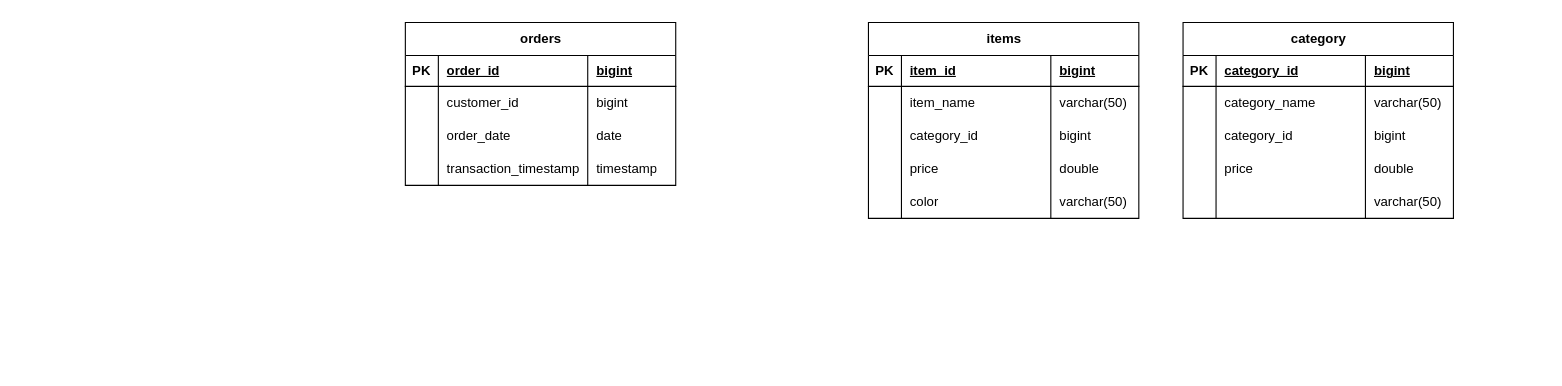
HariHaraChandar0715/gizmobox_sales_project_de keeps this draw.io diagram as gizmobox_sls.drawio. Above is the earlier version. Source tidied: cells renumbered, new cells numbered last; positions are measured from the earlier drawing's top-left corner, leaving out a move shared by most shapes. Both pictures are drawn from the tidied source at 110%, with x=0, y=0 at pixel (405, 22).
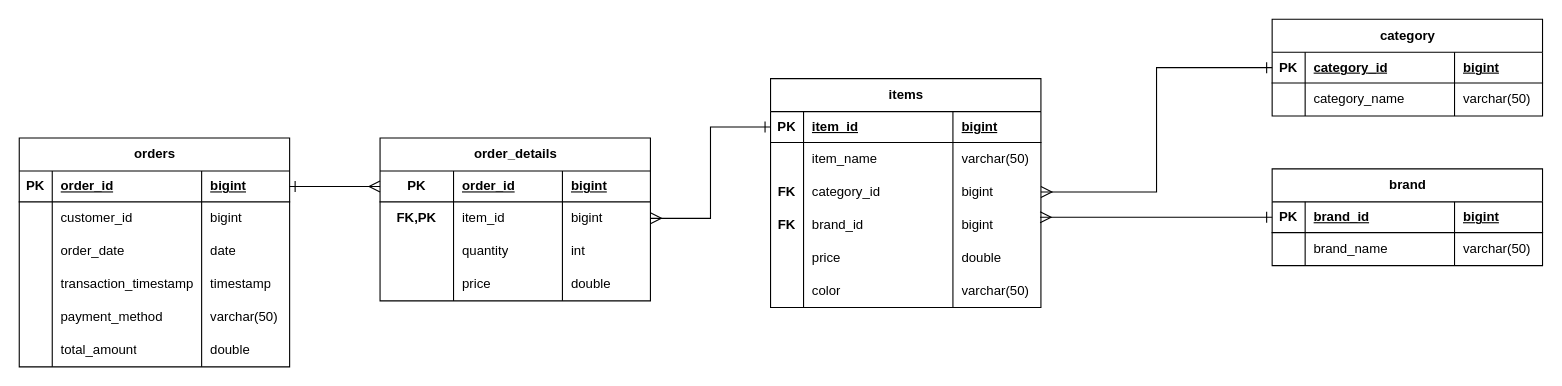
The same page after the edit.

The change refers to these unchanged cells:
```xml
<mxCell id="3" style="shape=tableRow;horizontal=0;startSize=0;swimlaneHead=0;swimlaneBody=0;fillColor=none;points=[[0,0.5],[1,0.5]];portConstraint=eastwest;top=0;left=0;right=0;bottom=1;" parent="2" vertex="1">
  <mxGeometry y="30" width="245.8" height="28" as="geometry" />
</mxCell>
<mxCell id="20" style="shape=tableRow;horizontal=0;startSize=0;swimlaneHead=0;swimlaneBody=0;fillColor=none;points=[[0,0.5],[1,0.5]];portConstraint=eastwest;top=0;left=0;right=0;bottom=1;" parent="19" vertex="1">
  <mxGeometry y="30" width="245.8" height="28" as="geometry" />
</mxCell>
<mxCell id="28" style="shape=tableRow;horizontal=0;startSize=0;swimlaneHead=0;swimlaneBody=0;fillColor=none;points=[[0,0.5],[1,0.5]];portConstraint=eastwest;top=0;left=0;right=0;bottom=0;" parent="19" vertex="1">
  <mxGeometry y="88" width="245.8" height="30" as="geometry" />
</mxCell>
<mxCell id="32" style="shape=tableRow;horizontal=0;startSize=0;swimlaneHead=0;swimlaneBody=0;fillColor=none;points=[[0,0.5],[1,0.5]];portConstraint=eastwest;top=0;left=0;right=0;bottom=0;" parent="19" vertex="1">
  <mxGeometry y="118" width="245.8" height="30" as="geometry" />
</mxCell>
<mxCell id="36" style="shape=tableRow;horizontal=0;startSize=0;swimlaneHead=0;swimlaneBody=0;fillColor=none;top=0;left=0;right=0;bottom=0;" parent="19" vertex="1">
  <mxGeometry y="148" width="245.8" height="30" as="geometry" />
</mxCell>
<mxCell id="41" style="shape=tableRow;horizontal=0;startSize=0;swimlaneHead=0;swimlaneBody=0;fillColor=none;points=[[0,0.5],[1,0.5]];portConstraint=eastwest;top=0;left=0;right=0;bottom=1;" parent="40" vertex="1">
  <mxGeometry y="30" width="245.8" height="28" as="geometry" />
</mxCell>
```

Change to the diagram source:
```diff
@@
     <mxCell id="2" value="orders" style="shape=table;startSize=30;childLayout=tableLayout;rowLines=0;fontStyle=1;align=center;html=1;" parent="1" vertex="1">
-      <mxGeometry width="245.8" height="148" as="geometry" />
+      <mxGeometry x="-351" y="105" width="245.8" height="208" as="geometry" />
     </mxCell>
@@
+    <mxCell id="57" style="shape=tableRow;horizontal=0;startSize=0;swimlaneHead=0;swimlaneBody=0;fillColor=none;top=0;left=0;right=0;bottom=0;" parent="2" vertex="1">
+      <mxGeometry y="148" width="245.8" height="30" as="geometry" />
+    </mxCell>
+    <mxCell id="61" style="shape=partialRectangle;fillColor=none;top=0;left=0;bottom=0;right=0;overflow=hidden;whiteSpace=wrap;html=1;" parent="57" vertex="1">
+      <mxGeometry width="30" height="30" as="geometry" />
+    </mxCell>
+    <mxCell id="62" value="payment_method" style="shape=partialRectangle;fillColor=none;top=0;left=0;bottom=0;right=0;align=left;spacingLeft=6;overflow=hidden;whiteSpace=wrap;html=1;" parent="57" vertex="1">
+      <mxGeometry x="30" width="135.8" height="30" as="geometry" />
+    </mxCell>
+    <mxCell id="63" value="varchar(50)" style="shape=partialRectangle;fillColor=none;top=0;left=0;bottom=0;right=0;align=left;spacingLeft=6;overflow=hidden;whiteSpace=wrap;html=1;" parent="57" vertex="1">
+      <mxGeometry x="165.8" width="80" height="30" as="geometry" />
+    </mxCell>
+    <mxCell id="64" style="shape=tableRow;horizontal=0;startSize=0;swimlaneHead=0;swimlaneBody=0;fillColor=none;top=0;left=0;right=0;bottom=0;" parent="2" vertex="1">
+      <mxGeometry y="178" width="245.8" height="30" as="geometry" />
+    </mxCell>
+    <mxCell id="65" style="shape=partialRectangle;fillColor=none;top=0;left=0;bottom=0;right=0;overflow=hidden;whiteSpace=wrap;html=1;" parent="64" vertex="1">
+      <mxGeometry width="30" height="30" as="geometry" />
+    </mxCell>
+    <mxCell id="66" value="total_amount" style="shape=partialRectangle;fillColor=none;top=0;left=0;bottom=0;right=0;align=left;spacingLeft=6;overflow=hidden;whiteSpace=wrap;html=1;" parent="64" vertex="1">
+      <mxGeometry x="30" width="135.8" height="30" as="geometry" />
+    </mxCell>
+    <mxCell id="67" value="double" style="shape=partialRectangle;fillColor=none;top=0;left=0;bottom=0;right=0;align=left;spacingLeft=6;overflow=hidden;whiteSpace=wrap;html=1;" parent="64" vertex="1">
+      <mxGeometry x="165.8" width="80" height="30" as="geometry" />
+    </mxCell>
     <mxCell id="19" value="items" style="shape=table;startSize=30;childLayout=tableLayout;rowLines=0;fontStyle=1;align=center;html=1;" parent="1" vertex="1">
-      <mxGeometry x="421" width="245.8" height="178" as="geometry" />
+      <mxGeometry x="332" y="51" width="245.8" height="208" as="geometry" />
     </mxCell>
@@
-    <mxCell id="29" style="shape=partialRectangle;fillColor=none;top=0;left=0;bottom=0;right=0;overflow=hidden;whiteSpace=wrap;html=1;" parent="28" vertex="1">
+    <mxCell id="29" value="&lt;b&gt;FK&lt;/b&gt;" style="shape=partialRectangle;fillColor=none;top=0;left=0;bottom=0;right=0;overflow=hidden;whiteSpace=wrap;html=1;" parent="28" vertex="1">
       <mxGeometry width="30" height="30" as="geometry" />
     </mxCell>
@@
-    <mxCell id="33" style="shape=partialRectangle;fillColor=none;top=0;left=0;bottom=0;right=0;overflow=hidden;whiteSpace=wrap;html=1;" parent="32" vertex="1">
+    <mxCell id="33" value="&lt;b&gt;FK&lt;/b&gt;" style="shape=partialRectangle;fillColor=none;top=0;left=0;bottom=0;right=0;overflow=hidden;whiteSpace=wrap;html=1;" parent="32" vertex="1">
       <mxGeometry width="30" height="30" as="geometry" />
     </mxCell>
-    <mxCell id="34" value="price" style="shape=partialRectangle;fillColor=none;top=0;left=0;bottom=0;right=0;align=left;spacingLeft=6;overflow=hidden;whiteSpace=wrap;html=1;" parent="32" vertex="1">
+    <mxCell id="34" value="brand_id" style="shape=partialRectangle;fillColor=none;top=0;left=0;bottom=0;right=0;align=left;spacingLeft=6;overflow=hidden;whiteSpace=wrap;html=1;" parent="32" vertex="1">
       <mxGeometry x="30" width="135.8" height="30" as="geometry" />
     </mxCell>
-    <mxCell id="35" value="double" style="shape=partialRectangle;fillColor=none;top=0;left=0;bottom=0;right=0;align=left;spacingLeft=6;overflow=hidden;whiteSpace=wrap;html=1;" parent="32" vertex="1">
+    <mxCell id="35" value="bigint" style="shape=partialRectangle;fillColor=none;top=0;left=0;bottom=0;right=0;align=left;spacingLeft=6;overflow=hidden;whiteSpace=wrap;html=1;" parent="32" vertex="1">
       <mxGeometry x="165.8" width="80" height="30" as="geometry" />
     </mxCell>
@@
-    <mxCell id="38" value="color" style="shape=partialRectangle;fillColor=none;top=0;left=0;bottom=0;right=0;align=left;spacingLeft=6;overflow=hidden;whiteSpace=wrap;html=1;" parent="36" vertex="1">
+    <mxCell id="38" value="price" style="shape=partialRectangle;fillColor=none;top=0;left=0;bottom=0;right=0;align=left;spacingLeft=6;overflow=hidden;whiteSpace=wrap;html=1;" parent="36" vertex="1">
       <mxGeometry x="30" width="135.8" height="30" as="geometry" />
     </mxCell>
-    <mxCell id="39" value="varchar(50)" style="shape=partialRectangle;fillColor=none;top=0;left=0;bottom=0;right=0;align=left;spacingLeft=6;overflow=hidden;whiteSpace=wrap;html=1;" parent="36" vertex="1">
+    <mxCell id="39" value="double" style="shape=partialRectangle;fillColor=none;top=0;left=0;bottom=0;right=0;align=left;spacingLeft=6;overflow=hidden;whiteSpace=wrap;html=1;" parent="36" vertex="1">
       <mxGeometry x="165.8" width="80" height="30" as="geometry" />
     </mxCell>
+    <mxCell id="68" style="shape=tableRow;horizontal=0;startSize=0;swimlaneHead=0;swimlaneBody=0;fillColor=none;top=0;left=0;right=0;bottom=0;" parent="19" vertex="1">
+      <mxGeometry y="178" width="245.8" height="30" as="geometry" />
+    </mxCell>
+    <mxCell id="69" style="shape=partialRectangle;fillColor=none;top=0;left=0;bottom=0;right=0;overflow=hidden;whiteSpace=wrap;html=1;" parent="68" vertex="1">
+      <mxGeometry width="30" height="30" as="geometry" />
+    </mxCell>
+    <mxCell id="70" value="color" style="shape=partialRectangle;fillColor=none;top=0;left=0;bottom=0;right=0;align=left;spacingLeft=6;overflow=hidden;whiteSpace=wrap;html=1;" parent="68" vertex="1">
+      <mxGeometry x="30" width="135.8" height="30" as="geometry" />
+    </mxCell>
+    <mxCell id="71" value="varchar(50)" style="shape=partialRectangle;fillColor=none;top=0;left=0;bottom=0;right=0;align=left;spacingLeft=6;overflow=hidden;whiteSpace=wrap;html=1;" parent="68" vertex="1">
+      <mxGeometry x="165.8" width="80" height="30" as="geometry" />
+    </mxCell>
     <mxCell id="40" value="category" style="shape=table;startSize=30;childLayout=tableLayout;rowLines=0;fontStyle=1;align=center;html=1;" parent="1" vertex="1">
-      <mxGeometry x="707" width="245.8" height="178" as="geometry" />
+      <mxGeometry x="788" y="-3" width="245.8" height="88" as="geometry" />
     </mxCell>
@@
+    <mxCell id="72" value="brand" style="shape=table;startSize=30;childLayout=tableLayout;rowLines=0;fontStyle=1;align=center;html=1;" parent="1" vertex="1">
+      <mxGeometry x="788" y="133" width="245.8" height="88" as="geometry" />
+    </mxCell>
+    <mxCell id="73" style="shape=tableRow;horizontal=0;startSize=0;swimlaneHead=0;swimlaneBody=0;fillColor=none;points=[[0,0.5],[1,0.5]];portConstraint=eastwest;top=0;left=0;right=0;bottom=1;" parent="72" vertex="1">
+      <mxGeometry y="30" width="245.8" height="28" as="geometry" />
+    </mxCell>
+    <mxCell id="74" value="PK" style="shape=partialRectangle;fillColor=none;top=0;left=0;bottom=0;right=0;fontStyle=1;overflow=hidden;whiteSpace=wrap;html=1;" parent="73" vertex="1">
+      <mxGeometry width="30" height="28" as="geometry" />
+    </mxCell>
+    <mxCell id="75" value="brand_id" style="shape=partialRectangle;fillColor=none;top=0;left=0;bottom=0;right=0;align=left;spacingLeft=6;fontStyle=5;overflow=hidden;whiteSpace=wrap;html=1;" parent="73" vertex="1">
+      <mxGeometry x="30" width="135.8" height="28" as="geometry" />
+    </mxCell>
+    <mxCell id="76" value="bigint" style="shape=partialRectangle;fillColor=none;top=0;left=0;bottom=0;right=0;align=left;spacingLeft=6;fontStyle=5;overflow=hidden;whiteSpace=wrap;html=1;" parent="73" vertex="1">
+      <mxGeometry x="165.8" width="80" height="28" as="geometry" />
+    </mxCell>
+    <mxCell id="77" style="shape=tableRow;horizontal=0;startSize=0;swimlaneHead=0;swimlaneBody=0;fillColor=none;top=0;left=0;right=0;bottom=0;" parent="72" vertex="1">
+      <mxGeometry y="58" width="245.8" height="30" as="geometry" />
+    </mxCell>
+    <mxCell id="78" style="shape=partialRectangle;fillColor=none;top=0;left=0;bottom=0;right=0;overflow=hidden;whiteSpace=wrap;html=1;" parent="77" vertex="1">
+      <mxGeometry width="30" height="30" as="geometry" />
+    </mxCell>
+    <mxCell id="79" value="brand_name" style="shape=partialRectangle;fillColor=none;top=0;left=0;bottom=0;right=0;align=left;spacingLeft=6;overflow=hidden;whiteSpace=wrap;html=1;" parent="77" vertex="1">
+      <mxGeometry x="30" width="135.8" height="30" as="geometry" />
+    </mxCell>
+    <mxCell id="80" value="varchar(50)" style="shape=partialRectangle;fillColor=none;top=0;left=0;bottom=0;right=0;align=left;spacingLeft=6;overflow=hidden;whiteSpace=wrap;html=1;" parent="77" vertex="1">
+      <mxGeometry x="165.8" width="80" height="30" as="geometry" />
+    </mxCell>
+    <mxCell id="81" style="edgeStyle=orthogonalEdgeStyle;fontSize=12;html=1;endArrow=ERone;startArrow=ERmany;rounded=0;startSize=8;endSize=8;entryX=0;entryY=0.5;entryDx=0;entryDy=0;exitX=1;exitY=0.5;exitDx=0;exitDy=0;endFill=0;startFill=0;" parent="1" edge="1" source="28" target="41">
+      <mxGeometry relative="1" as="geometry" />
+    </mxCell>
+    <mxCell id="82" style="edgeStyle=orthogonalEdgeStyle;rounded=0;jettySize=auto;html=1;exitX=0;exitY=0.5;exitDx=0;exitDy=0;entryX=0.997;entryY=0.267;entryDx=0;entryDy=0;entryPerimeter=0;fontSize=12;startSize=8;endSize=8;startArrow=ERone;startFill=0;endArrow=ERmany;endFill=0;" parent="1" edge="1" source="73" target="32">
+      <mxGeometry relative="1" as="geometry" />
+    </mxCell>
+    <mxCell id="83" value="order_details" style="shape=table;startSize=30;childLayout=tableLayout;rowLines=0;fontStyle=1;align=center;html=1;" parent="1" vertex="1">
+      <mxGeometry x="-23" y="105" width="245.8" height="148" as="geometry" />
+    </mxCell>
+    <mxCell id="84" style="shape=tableRow;horizontal=0;startSize=0;swimlaneHead=0;swimlaneBody=0;fillColor=none;points=[[0,0.5],[1,0.5]];portConstraint=eastwest;top=0;left=0;right=0;bottom=1;" parent="83" vertex="1">
+      <mxGeometry y="30" width="245.8" height="28" as="geometry" />
+    </mxCell>
+    <mxCell id="85" value="PK" style="shape=partialRectangle;fillColor=none;top=0;left=0;bottom=0;right=0;fontStyle=1;overflow=hidden;whiteSpace=wrap;html=1;" parent="84" vertex="1">
+      <mxGeometry width="66.8" height="28" as="geometry" />
+    </mxCell>
+    <mxCell id="86" value="order_id" style="shape=partialRectangle;fillColor=none;top=0;left=0;bottom=0;right=0;align=left;spacingLeft=6;fontStyle=5;overflow=hidden;whiteSpace=wrap;html=1;" parent="84" vertex="1">
+      <mxGeometry x="66.8" width="99" height="28" as="geometry" />
+    </mxCell>
+    <mxCell id="87" value="bigint" style="shape=partialRectangle;fillColor=none;top=0;left=0;bottom=0;right=0;align=left;spacingLeft=6;fontStyle=5;overflow=hidden;whiteSpace=wrap;html=1;" parent="84" vertex="1">
+      <mxGeometry x="165.8" width="80" height="28" as="geometry" />
+    </mxCell>
+    <mxCell id="88" style="shape=tableRow;horizontal=0;startSize=0;swimlaneHead=0;swimlaneBody=0;fillColor=none;points=[[0,0.5],[1,0.5]];portConstraint=eastwest;top=0;left=0;right=0;bottom=0;" parent="83" vertex="1">
+      <mxGeometry y="58" width="245.8" height="30" as="geometry" />
+    </mxCell>
+    <mxCell id="89" value="&lt;b&gt;FK,PK&lt;/b&gt;" style="shape=partialRectangle;fillColor=none;top=0;left=0;bottom=0;right=0;overflow=hidden;whiteSpace=wrap;html=1;" parent="88" vertex="1">
+      <mxGeometry width="66.8" height="30" as="geometry" />
+    </mxCell>
+    <mxCell id="90" value="item_id" style="shape=partialRectangle;fillColor=none;top=0;left=0;bottom=0;right=0;align=left;spacingLeft=6;overflow=hidden;whiteSpace=wrap;html=1;" parent="88" vertex="1">
+      <mxGeometry x="66.8" width="99" height="30" as="geometry" />
+    </mxCell>
+    <mxCell id="52" value="bigint" style="shape=partialRectangle;fillColor=none;top=0;left=0;bottom=0;right=0;align=left;spacingLeft=6;overflow=hidden;whiteSpace=wrap;html=1;" parent="88" vertex="1">
+      <mxGeometry x="165.8" width="80" height="30" as="geometry" />
+    </mxCell>
-    <mxCell id="49" style="shape=tableRow;horizontal=0;startSize=0;swimlaneHead=0;swimlaneBody=0;fillColor=none;top=0;left=0;right=0;bottom=0;" parent="40" vertex="1">
+    <mxCell id="49" style="shape=tableRow;horizontal=0;startSize=0;swimlaneHead=0;swimlaneBody=0;fillColor=none;top=0;left=0;right=0;bottom=0;" parent="83" vertex="1">
       <mxGeometry y="88" width="245.8" height="30" as="geometry" />
     </mxCell>
-    <mxCell id="50" style="shape=partialRectangle;fillColor=none;top=0;left=0;bottom=0;right=0;overflow=hidden;whiteSpace=wrap;html=1;" parent="49" vertex="1">
-      <mxGeometry width="30" height="30" as="geometry" />
-    </mxCell>
-    <mxCell id="51" value="category_id" style="shape=partialRectangle;fillColor=none;top=0;left=0;bottom=0;right=0;align=left;spacingLeft=6;overflow=hidden;whiteSpace=wrap;html=1;" parent="49" vertex="1">
-      <mxGeometry x="30" width="135.8" height="30" as="geometry" />
-    </mxCell>
-    <mxCell id="52" value="bigint" style="shape=partialRectangle;fillColor=none;top=0;left=0;bottom=0;right=0;align=left;spacingLeft=6;overflow=hidden;whiteSpace=wrap;html=1;" parent="49" vertex="1">
-      <mxGeometry x="165.8" width="80" height="30" as="geometry" />
-    </mxCell>
+    <mxCell id="91" style="shape=partialRectangle;fillColor=none;top=0;left=0;bottom=0;right=0;overflow=hidden;whiteSpace=wrap;html=1;" parent="49" vertex="1">
+      <mxGeometry width="66.8" height="30" as="geometry" />
+    </mxCell>
+    <mxCell id="92" value="quantity" style="shape=partialRectangle;fillColor=none;top=0;left=0;bottom=0;right=0;align=left;spacingLeft=6;overflow=hidden;whiteSpace=wrap;html=1;" parent="49" vertex="1">
+      <mxGeometry x="66.8" width="99" height="30" as="geometry" />
+    </mxCell>
+    <mxCell id="93" value="int" style="shape=partialRectangle;fillColor=none;top=0;left=0;bottom=0;right=0;align=left;spacingLeft=6;overflow=hidden;whiteSpace=wrap;html=1;" parent="49" vertex="1">
+      <mxGeometry x="165.8" width="80" height="30" as="geometry" />
+    </mxCell>
-    <mxCell id="53" style="shape=tableRow;horizontal=0;startSize=0;swimlaneHead=0;swimlaneBody=0;fillColor=none;top=0;left=0;right=0;bottom=0;" parent="40" vertex="1">
+    <mxCell id="53" style="shape=tableRow;horizontal=0;startSize=0;swimlaneHead=0;swimlaneBody=0;fillColor=none;top=0;left=0;right=0;bottom=0;" parent="83" vertex="1">
       <mxGeometry y="118" width="245.8" height="30" as="geometry" />
     </mxCell>
-    <mxCell id="54" style="shape=partialRectangle;fillColor=none;top=0;left=0;bottom=0;right=0;overflow=hidden;whiteSpace=wrap;html=1;" parent="53" vertex="1">
-      <mxGeometry width="30" height="30" as="geometry" />
-    </mxCell>
+    <mxCell id="94" style="shape=partialRectangle;fillColor=none;top=0;left=0;bottom=0;right=0;overflow=hidden;whiteSpace=wrap;html=1;" parent="53" vertex="1">
+      <mxGeometry width="66.8" height="30" as="geometry" />
+    </mxCell>
     <mxCell id="55" value="price" style="shape=partialRectangle;fillColor=none;top=0;left=0;bottom=0;right=0;align=left;spacingLeft=6;overflow=hidden;whiteSpace=wrap;html=1;" parent="53" vertex="1">
-      <mxGeometry x="30" width="135.8" height="30" as="geometry" />
+      <mxGeometry x="66.8" width="99" height="30" as="geometry" />
     </mxCell>
-    <mxCell id="56" value="double" style="shape=partialRectangle;fillColor=none;top=0;left=0;bottom=0;right=0;align=left;spacingLeft=6;overflow=hidden;whiteSpace=wrap;html=1;" parent="53" vertex="1">
-      <mxGeometry x="165.8" width="80" height="30" as="geometry" />
-    </mxCell>
-    <mxCell id="57" style="shape=tableRow;horizontal=0;startSize=0;swimlaneHead=0;swimlaneBody=0;fillColor=none;top=0;left=0;right=0;bottom=0;" parent="40" vertex="1">
-      <mxGeometry y="148" width="245.8" height="30" as="geometry" />
-    </mxCell>
-    <mxCell id="58" style="shape=partialRectangle;fillColor=none;top=0;left=0;bottom=0;right=0;overflow=hidden;whiteSpace=wrap;html=1;" parent="57" vertex="1">
-      <mxGeometry width="30" height="30" as="geometry" />
-    </mxCell>
-    <mxCell id="59" style="shape=partialRectangle;fillColor=none;top=0;left=0;bottom=0;right=0;align=left;spacingLeft=6;overflow=hidden;whiteSpace=wrap;html=1;" parent="57" vertex="1">
-      <mxGeometry x="30" width="135.8" height="30" as="geometry" />
-    </mxCell>
-    <mxCell id="60" value="varchar(50)" style="shape=partialRectangle;fillColor=none;top=0;left=0;bottom=0;right=0;align=left;spacingLeft=6;overflow=hidden;whiteSpace=wrap;html=1;" parent="57" vertex="1">
-      <mxGeometry x="165.8" width="80" height="30" as="geometry" />
-    </mxCell>
+    <mxCell id="95" value="double" style="shape=partialRectangle;fillColor=none;top=0;left=0;bottom=0;right=0;align=left;spacingLeft=6;overflow=hidden;whiteSpace=wrap;html=1;" parent="53" vertex="1">
+      <mxGeometry x="165.8" width="80" height="30" as="geometry" />
+    </mxCell>
+    <mxCell id="96" style="edgeStyle=orthogonalEdgeStyle;rounded=0;jettySize=auto;html=1;exitX=1;exitY=0.5;exitDx=0;exitDy=0;entryX=0;entryY=0.5;entryDx=0;entryDy=0;fontSize=12;startSize=8;endSize=8;startArrow=ERone;startFill=0;endArrow=ERmany;endFill=0;" parent="1" edge="1" source="3" target="84">
+      <mxGeometry relative="1" as="geometry" />
+    </mxCell>
+    <mxCell id="97" style="edgeStyle=orthogonalEdgeStyle;rounded=0;jettySize=auto;html=1;exitX=1;exitY=0.5;exitDx=0;exitDy=0;entryX=0;entryY=0.5;entryDx=0;entryDy=0;fontSize=12;startSize=8;endSize=8;startArrow=ERmany;startFill=0;endArrow=ERone;endFill=0;" parent="1" edge="1" source="88" target="20">
+      <mxGeometry relative="1" as="geometry" />
+    </mxCell>
```
